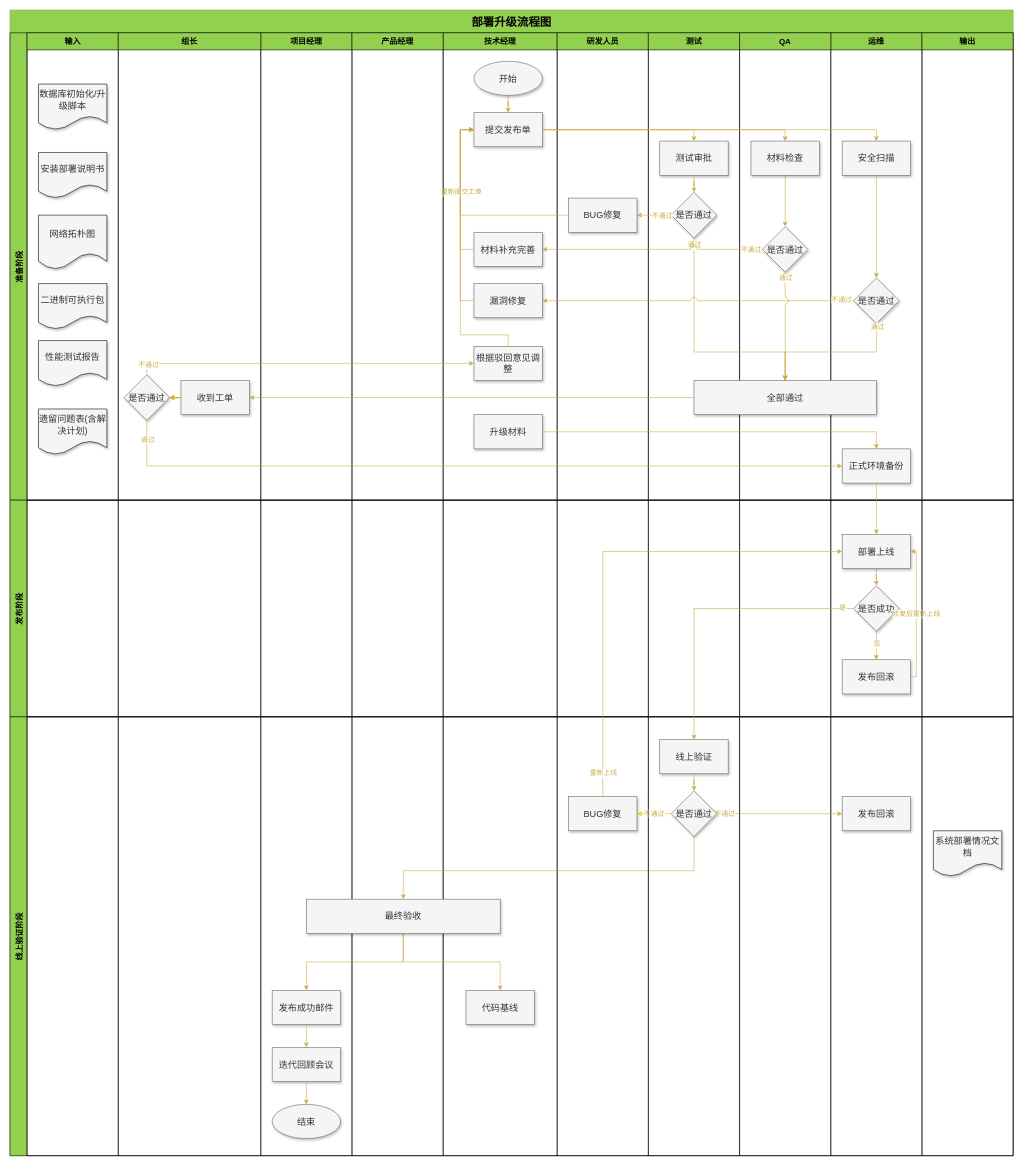
Above: 发布阶段.drawio in it-coder/diagram (draw.io), before the change. Source tidied: cells renumbered, new cells numbered last; positions are measured from the earlier drawing's top-left corner, leaving out a move shared by most shapes. Both pictures are drawn from the tidied source at 57%, with x=0, y=0 at pixel (10, 10).
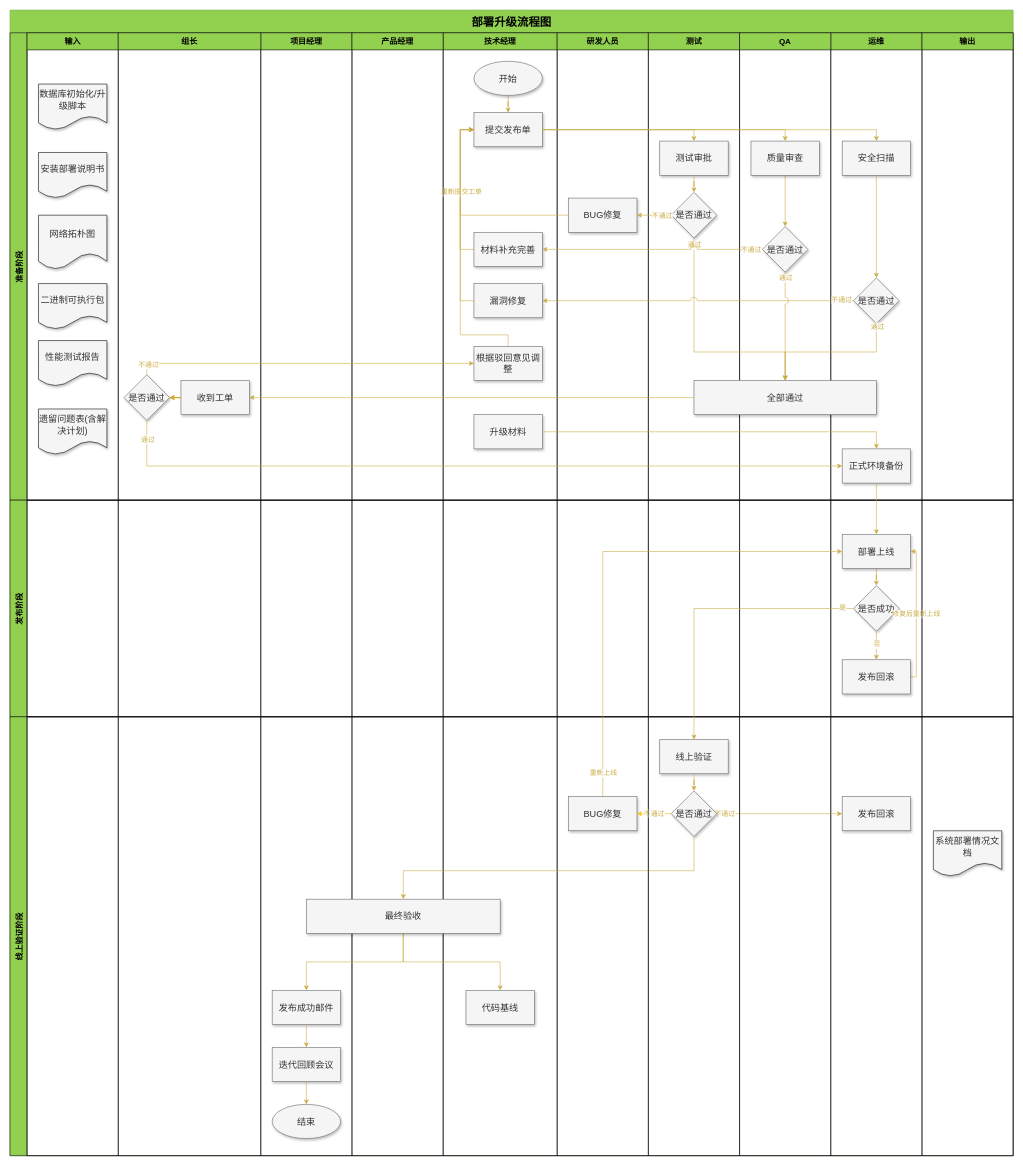
The same page after the edit.

Commit message:
更新发布阶段.drawio

The change refers to these unchanged cells:
```xml
<mxCell id="27" value="QA" style="swimlane;fillColor=#92D050;fontSize=14;startSize=30;" parent="3" vertex="1">
  <mxGeometry x="1280" width="160" height="820" as="geometry" />
</mxCell>
```

Diff of the diagram source:
```diff
@@
-    <mxCell id="29" value="&lt;font style=&quot;font-size: 16px;&quot;&gt;材料检查&lt;/font&gt;" style="whiteSpace=wrap;html=1;fillColor=#f5f5f5;strokeColor=#666666;fontColor=#333333;shadow=1;" parent="27" vertex="1">
+    <mxCell id="29" value="&lt;font style=&quot;font-size: 16px;&quot;&gt;质量审查&lt;/font&gt;" style="whiteSpace=wrap;html=1;fillColor=#f5f5f5;strokeColor=#666666;fontColor=#333333;shadow=1;" parent="27" vertex="1">
       <mxGeometry x="20" y="190" width="120" height="60" as="geometry" />
     </mxCell>
```
